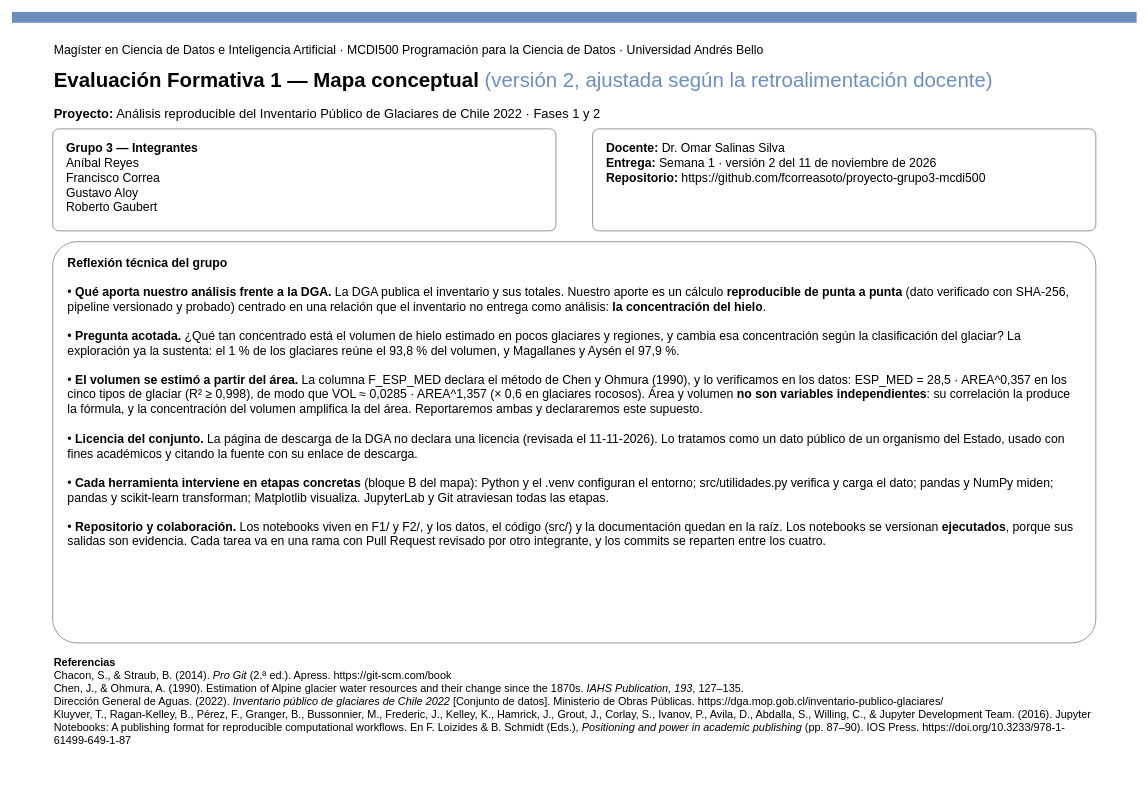
fcorreasoto/proyecto-grupo3-mcdi500 keeps this draw.io diagram as page "Portada y reflexión" (1 of 2) of docs/f1/mapa_conceptual_fase1.drawio. Above is the earlier version. Source tidied: cells renumbered, new cells numbered last; positions are measured from the earlier drawing's top-left corner, leaving out a move shared by most shapes. Both pictures are drawn from the tidied source at 68%, with x=0, y=0 at pixel (12, 12).
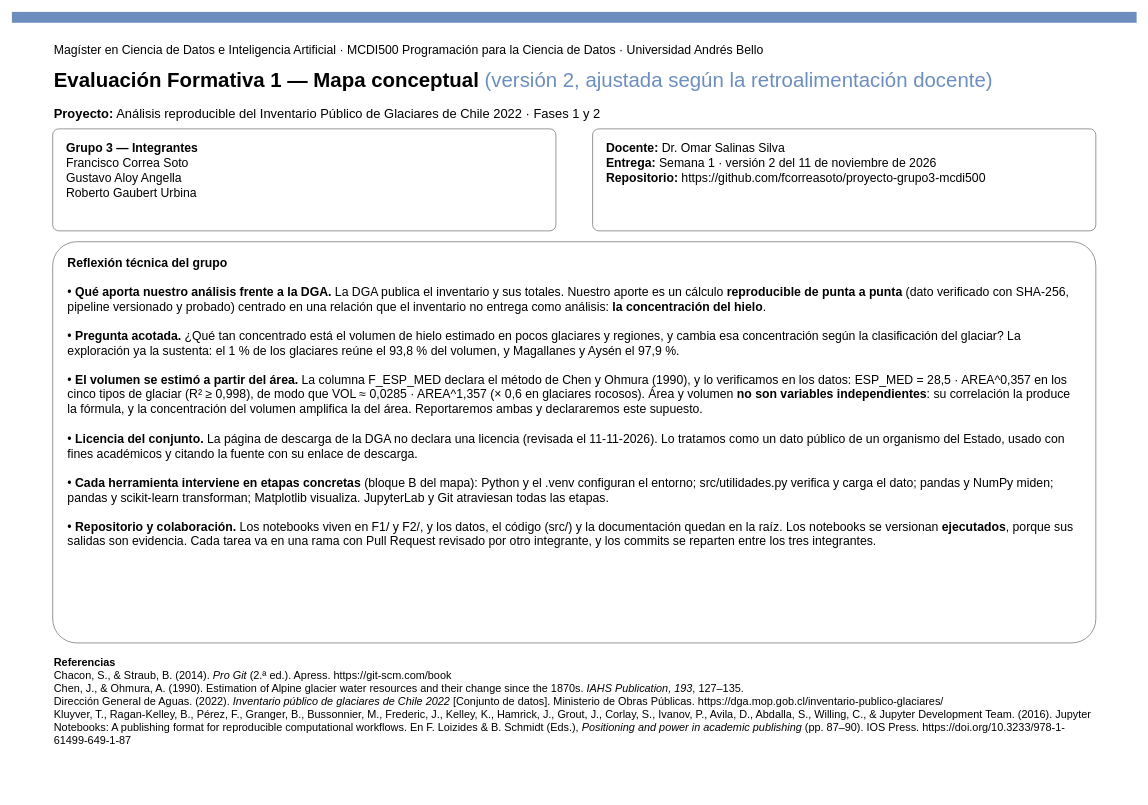
The same diagram, later.

Commit message (it also covers changes not shown here):
docs: actualiza los integrantes según el acta en README, notebooks y mapa conceptual

What changed in the source:
```diff
@@
 <mxGraphModel>
   <root>
     <mxCell id="0" />
     <mxCell id="1" parent="0" />
     <mxCell id="2" style="rounded=1;arcSize=6;whiteSpace=wrap;html=1;fontFamily=Arial;fontSize=16;fillColor=#DAE8FC;strokeColor=#6C8EBF;verticalAlign=middle;spacing=6;rounded=0;strokeColor=none;fillColor=#6C8EBF;" parent="1" vertex="1">
       <mxGeometry width="1654" height="16" as="geometry" />
     </mxCell>
     <mxCell id="3" value="Magíster en Ciencia de Datos e Inteligencia Artificial · MCDI500 Programación para la Ciencia de Datos · Universidad Andrés Bello" style="text;html=1;whiteSpace=wrap;fontFamily=Arial;fontSize=16;verticalAlign=top;align=left;fontSize=18;" parent="1" vertex="1">
       <mxGeometry x="60" y="40" width="1534" height="30" as="geometry" />
     </mxCell>
     <mxCell id="4" value="&lt;b&gt;Evaluación Formativa 1 — Mapa conceptual&lt;/b&gt; &lt;font color=&quot;#6C8EBF&quot;&gt;(versión 2, ajustada según la retroalimentación docente)&lt;/font&gt;" style="text;html=1;whiteSpace=wrap;fontFamily=Arial;fontSize=16;verticalAlign=top;align=left;fontSize=30;" parent="1" vertex="1">
       <mxGeometry x="60" y="76" width="1534" height="46" as="geometry" />
     </mxCell>
     <mxCell id="5" value="&lt;b&gt;Proyecto:&lt;/b&gt; Análisis reproducible del Inventario Público de Glaciares de Chile 2022 · Fases 1 y 2" style="text;html=1;whiteSpace=wrap;fontFamily=Arial;fontSize=16;verticalAlign=top;align=left;fontSize=19;" parent="1" vertex="1">
       <mxGeometry x="60" y="132" width="1534" height="30" as="geometry" />
     </mxCell>
-    <mxCell id="6" value="&lt;b&gt;Grupo 3 — Integrantes&lt;/b&gt;&lt;br&gt;Aníbal Reyes&lt;br&gt;Francisco Correa&lt;br&gt;Gustavo Aloy&lt;br&gt;Roberto Gaubert" style="rounded=1;arcSize=6;whiteSpace=wrap;html=1;fontFamily=Arial;fontSize=16;fillColor=#FFFFFF;strokeColor=#666666;verticalAlign=middle;spacing=6;align=left;verticalAlign=top;spacingLeft=14;spacingTop=8;fontSize=18;" parent="1" vertex="1">
+    <mxCell id="6" value="&lt;b&gt;Grupo 3 — Integrantes&lt;/b&gt;&lt;br&gt;Francisco Correa Soto&lt;br&gt;Gustavo Aloy Angella&lt;br&gt;Roberto Gaubert Urbina" style="rounded=1;arcSize=6;whiteSpace=wrap;html=1;fontFamily=Arial;fontSize=16;fillColor=#FFFFFF;strokeColor=#666666;verticalAlign=middle;spacing=6;align=left;verticalAlign=top;spacingLeft=14;spacingTop=8;fontSize=18;" parent="1" vertex="1">
       <mxGeometry x="60" y="172" width="740" height="150" as="geometry" />
     </mxCell>
     <mxCell id="7" value="&lt;b&gt;Docente:&lt;/b&gt; Dr. Omar Salinas Silva&lt;br&gt;&lt;b&gt;Entrega:&lt;/b&gt; Semana 1 · versión 2 del 11 de noviembre de 2026&lt;br&gt;&lt;b&gt;Repositorio:&lt;/b&gt; https://github.com/fcorreasoto/proyecto-grupo3-mcdi500" style="rounded=1;arcSize=6;whiteSpace=wrap;html=1;fontFamily=Arial;fontSize=16;fillColor=#FFFFFF;strokeColor=#666666;verticalAlign=middle;spacing=6;align=left;verticalAlign=top;spacingLeft=14;spacingTop=8;fontSize=18;" parent="1" vertex="1">
       <mxGeometry x="854" y="172" width="740" height="150" as="geometry" />
     </mxCell>
-    <mxCell id="8" value="&lt;b&gt;Reflexión técnica del grupo&lt;/b&gt;&lt;br&gt;&lt;br&gt;• &lt;b&gt;Qué aporta nuestro análisis frente a la DGA.&lt;/b&gt; La DGA publica el inventario y sus totales. Nuestro aporte es un cálculo &lt;b&gt;reproducible de punta a punta&lt;/b&gt; (dato verificado con SHA-256, pipeline versionado y probado) centrado en una relación que el inventario no entrega como análisis: &lt;b&gt;la concentración del hielo&lt;/b&gt;.&lt;br&gt;&lt;br&gt;• &lt;b&gt;Pregunta acotada.&lt;/b&gt; ¿Qué tan concentrado está el volumen de hielo estimado en pocos glaciares y regiones, y cambia esa concentración según la clasificación del glaciar? La exploración ya la sustenta: el 1 % de los glaciares reúne el 93,8 % del volumen, y Magallanes y Aysén el 97,9 %.&lt;br&gt;&lt;br&gt;• &lt;b&gt;El volumen se estimó a partir del área.&lt;/b&gt; La columna F_ESP_MED declara el método de Chen y Ohmura (1990), y lo verificamos en los datos: ESP_MED = 28,5 · AREA^0,357 en los cinco tipos de glaciar (R² ≥ 0,998), de modo que VOL ≈ 0,0285 · AREA^1,357 (× 0,6 en glaciares rocosos). Área y volumen &lt;b&gt;no son variables independientes&lt;/b&gt;: su correlación la produce la fórmula, y la concentración del volumen amplifica la del área. Reportaremos ambas y declararemos este supuesto.&lt;br&gt;&lt;br&gt;• &lt;b&gt;Licencia del conjunto.&lt;/b&gt; La página de descarga de la DGA no declara una licencia (revisada el 11-11-2026). Lo tratamos como un dato público de un organismo del Estado, usado con fines académicos y citando la fuente con su enlace de descarga.&lt;br&gt;&lt;br&gt;• &lt;b&gt;Cada herramienta interviene en etapas concretas&lt;/b&gt; (bloque B del mapa): Python y el .venv configuran el entorno; src/utilidades.py verifica y carga el dato; pandas y NumPy miden; pandas y scikit-learn transforman; Matplotlib visualiza. JupyterLab y Git atraviesan todas las etapas.&lt;br&gt;&lt;br&gt;• &lt;b&gt;Repositorio y colaboración.&lt;/b&gt; Los notebooks viven en F1/ y F2/, y los datos, el código (src/) y la documentación quedan en la raíz. Los notebooks se versionan &lt;b&gt;ejecutados&lt;/b&gt;, porque sus salidas son evidencia. Cada tarea va en una rama con Pull Request revisado por otro integrante, y los commits se reparten entre los cuatro." style="rounded=1;arcSize=6;whiteSpace=wrap;html=1;fontFamily=Arial;fontSize=16;fillColor=#FFFFFF;strokeColor=#666666;verticalAlign=middle;spacing=6;align=left;verticalAlign=top;spacingLeft=16;spacingRight=16;spacingTop=10;fontSize=18;" parent="1" vertex="1">
+    <mxCell id="8" value="&lt;b&gt;Reflexión técnica del grupo&lt;/b&gt;&lt;br&gt;&lt;br&gt;• &lt;b&gt;Qué aporta nuestro análisis frente a la DGA.&lt;/b&gt; La DGA publica el inventario y sus totales. Nuestro aporte es un cálculo &lt;b&gt;reproducible de punta a punta&lt;/b&gt; (dato verificado con SHA-256, pipeline versionado y probado) centrado en una relación que el inventario no entrega como análisis: &lt;b&gt;la concentración del hielo&lt;/b&gt;.&lt;br&gt;&lt;br&gt;• &lt;b&gt;Pregunta acotada.&lt;/b&gt; ¿Qué tan concentrado está el volumen de hielo estimado en pocos glaciares y regiones, y cambia esa concentración según la clasificación del glaciar? La exploración ya la sustenta: el 1 % de los glaciares reúne el 93,8 % del volumen, y Magallanes y Aysén el 97,9 %.&lt;br&gt;&lt;br&gt;• &lt;b&gt;El volumen se estimó a partir del área.&lt;/b&gt; La columna F_ESP_MED declara el método de Chen y Ohmura (1990), y lo verificamos en los datos: ESP_MED = 28,5 · AREA^0,357 en los cinco tipos de glaciar (R² ≥ 0,998), de modo que VOL ≈ 0,0285 · AREA^1,357 (× 0,6 en glaciares rocosos). Área y volumen &lt;b&gt;no son variables independientes&lt;/b&gt;: su correlación la produce la fórmula, y la concentración del volumen amplifica la del área. Reportaremos ambas y declararemos este supuesto.&lt;br&gt;&lt;br&gt;• &lt;b&gt;Licencia del conjunto.&lt;/b&gt; La página de descarga de la DGA no declara una licencia (revisada el 11-11-2026). Lo tratamos como un dato público de un organismo del Estado, usado con fines académicos y citando la fuente con su enlace de descarga.&lt;br&gt;&lt;br&gt;• &lt;b&gt;Cada herramienta interviene en etapas concretas&lt;/b&gt; (bloque B del mapa): Python y el .venv configuran el entorno; src/utilidades.py verifica y carga el dato; pandas y NumPy miden; pandas y scikit-learn transforman; Matplotlib visualiza. JupyterLab y Git atraviesan todas las etapas.&lt;br&gt;&lt;br&gt;• &lt;b&gt;Repositorio y colaboración.&lt;/b&gt; Los notebooks viven en F1/ y F2/, y los datos, el código (src/) y la documentación quedan en la raíz. Los notebooks se versionan &lt;b&gt;ejecutados&lt;/b&gt;, porque sus salidas son evidencia. Cada tarea va en una rama con Pull Request revisado por otro integrante, y los commits se reparten entre los tres integrantes." style="rounded=1;arcSize=6;whiteSpace=wrap;html=1;fontFamily=Arial;fontSize=16;fillColor=#FFFFFF;strokeColor=#666666;verticalAlign=middle;spacing=6;align=left;verticalAlign=top;spacingLeft=16;spacingRight=16;spacingTop=10;fontSize=18;" parent="1" vertex="1">
       <mxGeometry x="60" y="338" width="1534" height="590" as="geometry" />
     </mxCell>
     <mxCell id="9" value="&lt;b&gt;Referencias&lt;/b&gt;&lt;br&gt;Chacon, S., &amp;amp; Straub, B. (2014). &lt;i&gt;Pro Git&lt;/i&gt; (2.ª ed.). Apress. https://git-scm.com/book&lt;br&gt;Chen, J., &amp;amp; Ohmura, A. (1990). Estimation of Alpine glacier water resources and their change since the 1870s. &lt;i&gt;IAHS Publication, 193&lt;/i&gt;, 127–135.&lt;br&gt;Dirección General de Aguas. (2022). &lt;i&gt;Inventario público de glaciares de Chile 2022&lt;/i&gt; [Conjunto de datos]. Ministerio de Obras Públicas. https://dga.mop.gob.cl/inventario-publico-glaciares/&lt;br&gt;Kluyver, T., Ragan-Kelley, B., Pérez, F., Granger, B., Bussonnier, M., Frederic, J., Kelley, K., Hamrick, J., Grout, J., Corlay, S., Ivanov, P., Avila, D., Abdalla, S., Willing, C., &amp;amp; Jupyter Development Team. (2016). Jupyter Notebooks: A publishing format for reproducible computational workflows. En F. Loizides &amp;amp; B. Schmidt (Eds.), &lt;i&gt;Positioning and power in academic publishing&lt;/i&gt; (pp. 87–90). IOS Press. https://doi.org/10.3233/978-1-61499-649-1-87" style="text;html=1;whiteSpace=wrap;fontFamily=Arial;fontSize=16;verticalAlign=top;align=left;" parent="1" vertex="1">
       <mxGeometry x="60" y="940" width="1534" height="210" as="geometry" />
     </mxCell>
   </root>
 </mxGraphModel>
```
